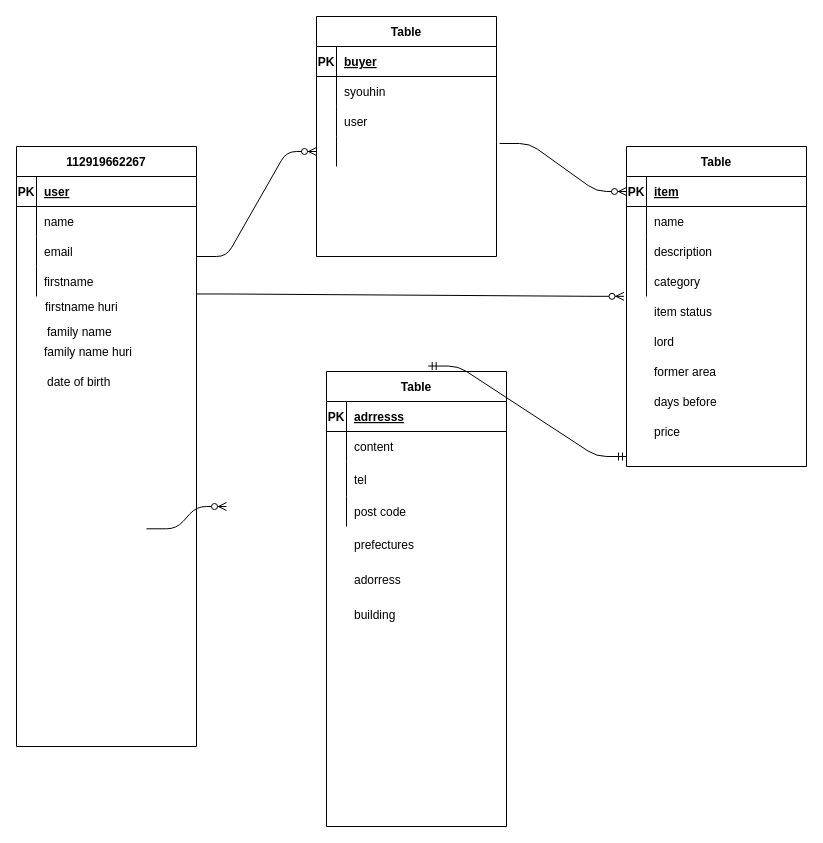
jangojanga/furima-38171 keeps this draw.io diagram as test.dio. Above is the earlier version. Source tidied: cells renumbered, new cells numbered last; positions are measured from the earlier drawing's top-left corner, leaving out a move shared by most shapes. Both pictures are drawn from the tidied source at 100%, with x=0, y=0 at pixel (16, 16).
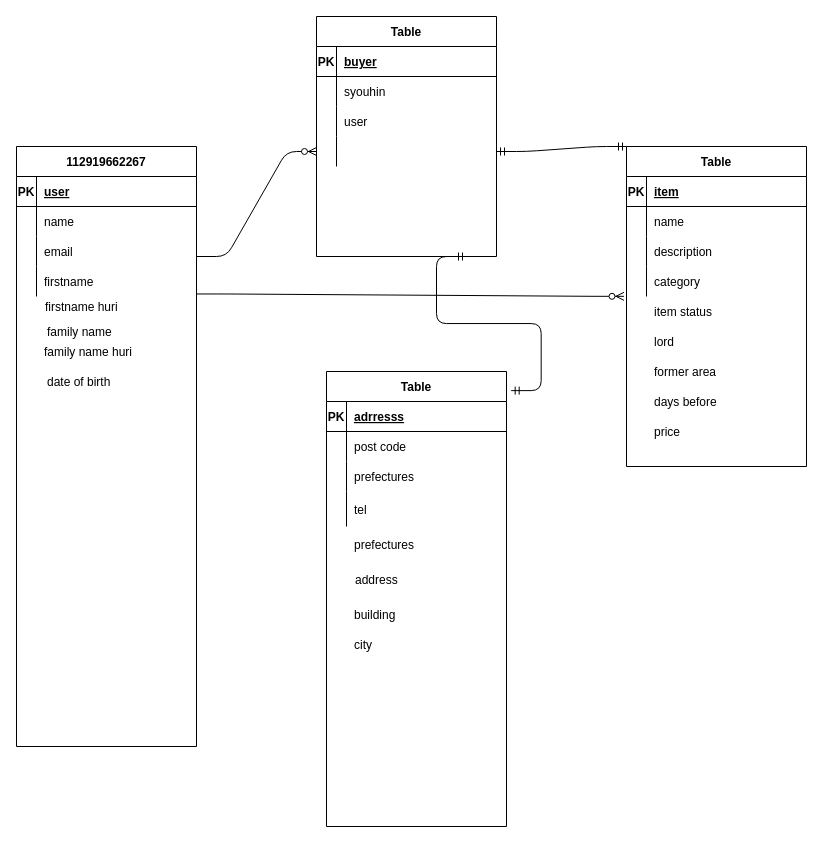
The same diagram, later.

The change refers to these unchanged cells:
```xml
<mxCell id="15" value="Table" style="shape=table;startSize=30;childLayout=tableLayout;rowLines=0;fontStyle=1;align=center;" parent="1" vertex="1">
  <mxGeometry x="610" y="130" width="180" height="320" as="geometry" />
</mxCell>
<mxCell id="16" style="shape=partialRectangle;fillColor=none;top=0;left=0;bottom=1;right=0;points=[[0,0.5],[1,0.5]];portConstraint=eastwest;" parent="15" vertex="1">
  <mxGeometry y="30" width="180" height="30" as="geometry" />
</mxCell>
<mxCell id="38" style="shape=partialRectangle;fillColor=none;top=0;left=0;bottom=0;right=0;points=[[0,0.5],[1,0.5]];portConstraint=eastwest;" parent="28" vertex="1">
  <mxGeometry y="120" width="180" height="30" as="geometry" />
</mxCell>
<mxCell id="41" value="Table" style="shape=table;startSize=30;childLayout=tableLayout;rowLines=0;fontStyle=1;align=center;" parent="1" vertex="1">
  <mxGeometry x="310" y="355" width="180" height="455" as="geometry" />
</mxCell>
```

Diff of the diagram source:
```diff
@@
+    <mxCell id="51" style="shape=partialRectangle;fillColor=none;top=0;left=0;bottom=0;right=0;" parent="41" vertex="1">
+      <mxGeometry y="60" width="180" height="30" as="geometry" />
+    </mxCell>
+    <mxCell id="52" style="shape=partialRectangle;fillColor=none;top=0;left=0;bottom=0;right=0;overflow=hidden;" parent="51" vertex="1">
+      <mxGeometry width="20" height="30" as="geometry" />
+    </mxCell>
+    <mxCell id="53" value="post code" style="shape=partialRectangle;fillColor=none;top=0;left=0;bottom=0;right=0;align=left;spacingLeft=6;overflow=hidden;" parent="51" vertex="1">
+      <mxGeometry x="20" width="160" height="30" as="geometry" />
+    </mxCell>
     <mxCell id="45" style="shape=partialRectangle;fillColor=none;top=0;left=0;bottom=0;right=0;" parent="41" vertex="1">
-      <mxGeometry y="60" width="180" height="30" as="geometry" />
+      <mxGeometry y="90" width="180" height="30" as="geometry" />
     </mxCell>
@@
-    <mxCell id="47" value="content" style="shape=partialRectangle;fillColor=none;top=0;left=0;bottom=0;right=0;align=left;spacingLeft=6;overflow=hidden;" parent="45" vertex="1">
+    <mxCell id="47" value="prefectures" style="shape=partialRectangle;fillColor=none;top=0;left=0;bottom=0;right=0;align=left;spacingLeft=6;overflow=hidden;" parent="45" vertex="1">
       <mxGeometry x="20" width="160" height="30" as="geometry" />
     </mxCell>
     <mxCell id="48" style="shape=partialRectangle;fillColor=none;top=0;left=0;bottom=0;right=0;" parent="41" vertex="1">
-      <mxGeometry y="90" width="180" height="35" as="geometry" />
+      <mxGeometry y="120" width="180" height="35" as="geometry" />
     </mxCell>
@@
-    <mxCell id="51" style="shape=partialRectangle;fillColor=none;top=0;left=0;bottom=0;right=0;" parent="41" vertex="1">
-      <mxGeometry y="125" width="180" height="30" as="geometry" />
-    </mxCell>
-    <mxCell id="52" style="shape=partialRectangle;fillColor=none;top=0;left=0;bottom=0;right=0;overflow=hidden;" parent="51" vertex="1">
-      <mxGeometry width="20" height="30" as="geometry" />
-    </mxCell>
-    <mxCell id="53" value="post code" style="shape=partialRectangle;fillColor=none;top=0;left=0;bottom=0;right=0;align=left;spacingLeft=6;overflow=hidden;" parent="51" vertex="1">
-      <mxGeometry x="20" width="160" height="30" as="geometry" />
-    </mxCell>
@@
-    <mxCell id="60" style="edgeStyle=entityRelationEdgeStyle;fontSize=12;html=1;endArrow=ERzeroToMany;endFill=1;" parent="1" edge="1">
-      <mxGeometry relative="1" as="geometry">
-        <mxPoint x="130" y="512.3" as="sourcePoint" />
-        <mxPoint x="210" y="490" as="targetPoint" />
-      </mxGeometry>
-    </mxCell>
-    <mxCell id="61" style="edgeStyle=entityRelationEdgeStyle;fontSize=12;html=1;endArrow=ERzeroToMany;endFill=1;exitX=1.017;exitY=0.233;exitDx=0;exitDy=0;exitPerimeter=0;entryX=0;entryY=0.5;entryDx=0;entryDy=0;" parent="1" edge="1" source="38" target="16">
-      <mxGeometry relative="1" as="geometry" />
-    </mxCell>
@@
-    <mxCell id="63" style="edgeStyle=entityRelationEdgeStyle;fontSize=12;html=1;endArrow=ERmandOne;startArrow=ERmandOne;exitX=0.565;exitY=-0.012;exitDx=0;exitDy=0;exitPerimeter=0;" parent="1" edge="1" source="41">
-      <mxGeometry relative="1" as="geometry">
-        <mxPoint x="610" y="440" as="targetPoint" />
-      </mxGeometry>
-    </mxCell>
@@
-    <mxCell id="69" value="adorress" style="shape=partialRectangle;fillColor=none;top=0;left=0;bottom=0;right=0;align=left;spacingLeft=6;overflow=hidden;" parent="1" vertex="1">
-      <mxGeometry x="330" y="545" width="160" height="35" as="geometry" />
+    <mxCell id="69" value="address" style="shape=partialRectangle;fillColor=none;top=0;left=0;bottom=0;right=0;align=left;spacingLeft=6;overflow=hidden;" parent="1" vertex="1">
+      <mxGeometry x="331" y="545" width="160" height="35" as="geometry" />
     </mxCell>
@@
+    <mxCell id="71" style="edgeStyle=entityRelationEdgeStyle;fontSize=12;html=1;endArrow=ERmandOne;startArrow=ERmandOne;exitX=1.026;exitY=0.042;exitDx=0;exitDy=0;exitPerimeter=0;" parent="1" edge="1" source="41">
+      <mxGeometry relative="1" as="geometry">
+        <mxPoint x="450" y="240" as="targetPoint" />
+      </mxGeometry>
+    </mxCell>
+    <mxCell id="72" value="city" style="shape=partialRectangle;fillColor=none;top=0;left=0;bottom=0;right=0;align=left;spacingLeft=6;overflow=hidden;" parent="1" vertex="1">
+      <mxGeometry x="330" y="610" width="160" height="35" as="geometry" />
+    </mxCell>
+    <mxCell id="73" style="edgeStyle=entityRelationEdgeStyle;fontSize=12;html=1;endArrow=ERmandOne;startArrow=ERmandOne;entryX=0;entryY=0;entryDx=0;entryDy=0;exitX=1;exitY=0.5;exitDx=0;exitDy=0;" parent="1" edge="1" source="38" target="15">
+      <mxGeometry relative="1" as="geometry" />
+    </mxCell>
```
